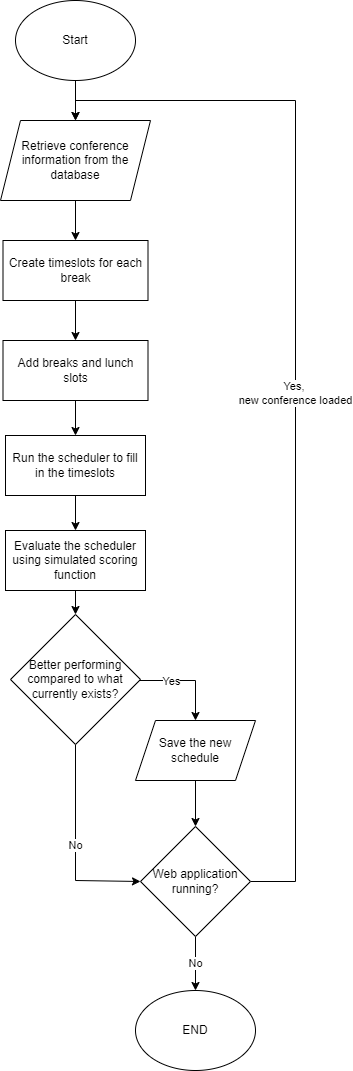
Before: ExampleConfGraphs/schedulerFlow.png, a diagram exported from draw.io (JezRoy/ConferenceWebApp). Source tidied: cells renumbered, new cells last; positions are measured from the earlier drawing's top-left corner, leaving out a move shared by most shapes. The source it was exported from:
```xml
<mxGraphModel>
  <root>
    <mxCell id="0" />
    <mxCell id="1" parent="0" />
    <mxCell id="2" style="edgeStyle=orthogonalEdgeStyle;rounded=0;jettySize=auto;html=1;" parent="1" edge="1" source="3" target="5">
      <mxGeometry relative="1" as="geometry" />
    </mxCell>
    <mxCell id="3" value="Start" style="ellipse;whiteSpace=wrap;html=1;" parent="1" vertex="1">
      <mxGeometry x="15" width="120" height="80" as="geometry" />
    </mxCell>
    <mxCell id="4" style="edgeStyle=orthogonalEdgeStyle;rounded=0;jettySize=auto;html=1;" parent="1" edge="1" source="5" target="7">
      <mxGeometry relative="1" as="geometry" />
    </mxCell>
    <mxCell id="5" value="Retrieve conference information from the database" style="shape=parallelogram;perimeter=parallelogramPerimeter;whiteSpace=wrap;html=1;fixedSize=1;" parent="1" vertex="1">
      <mxGeometry y="120" width="150" height="80" as="geometry" />
    </mxCell>
    <mxCell id="6" style="edgeStyle=orthogonalEdgeStyle;rounded=0;jettySize=auto;html=1;" parent="1" edge="1" source="7" target="9">
      <mxGeometry relative="1" as="geometry" />
    </mxCell>
    <mxCell id="7" value="Create timeslots for each break" style="rounded=0;whiteSpace=wrap;html=1;" parent="1" vertex="1">
      <mxGeometry x="2.5" y="240" width="145" height="60" as="geometry" />
    </mxCell>
    <mxCell id="8" style="edgeStyle=orthogonalEdgeStyle;rounded=0;jettySize=auto;html=1;" parent="1" edge="1" source="9" target="11">
      <mxGeometry relative="1" as="geometry" />
    </mxCell>
    <mxCell id="9" value="Add breaks and lunch slots" style="rounded=0;whiteSpace=wrap;html=1;" parent="1" vertex="1">
      <mxGeometry x="2.5" y="340" width="145" height="60" as="geometry" />
    </mxCell>
    <mxCell id="10" style="edgeStyle=orthogonalEdgeStyle;rounded=0;jettySize=auto;html=1;" parent="1" edge="1" source="11" target="13">
      <mxGeometry relative="1" as="geometry" />
    </mxCell>
    <mxCell id="11" value="Run the scheduler to fill in the timeslots" style="rounded=0;whiteSpace=wrap;html=1;" parent="1" vertex="1">
      <mxGeometry x="5" y="435" width="140" height="60" as="geometry" />
    </mxCell>
    <mxCell id="12" style="edgeStyle=orthogonalEdgeStyle;rounded=0;jettySize=auto;html=1;" parent="1" edge="1" source="13" target="17">
      <mxGeometry relative="1" as="geometry" />
    </mxCell>
    <mxCell id="13" value="Evaluate the scheduler using simulated scoring function" style="rounded=0;whiteSpace=wrap;html=1;" parent="1" vertex="1">
      <mxGeometry x="5" y="530" width="140" height="60" as="geometry" />
    </mxCell>
    <mxCell id="14" style="edgeStyle=orthogonalEdgeStyle;rounded=0;jettySize=auto;html=1;entryX=0.5;entryY=0;entryDx=0;entryDy=0;" parent="1" edge="1" source="17" target="19">
      <mxGeometry relative="1" as="geometry">
        <Array as="points">
          <mxPoint x="195" y="680" />
        </Array>
      </mxGeometry>
    </mxCell>
    <mxCell id="15" value="Yes" style="edgeLabel;html=1;align=center;verticalAlign=middle;" parent="14" vertex="1">
      <mxGeometry x="-0.35" relative="1" as="geometry" />
    </mxCell>
    <mxCell id="16" value="No" style="edgeStyle=orthogonalEdgeStyle;rounded=0;jettySize=auto;html=1;entryX=0;entryY=0.5;entryDx=0;entryDy=0;" parent="1" edge="1" source="17" target="22">
      <mxGeometry relative="1" as="geometry">
        <Array as="points">
          <mxPoint x="75" y="880" />
          <mxPoint x="140" y="880" />
        </Array>
      </mxGeometry>
    </mxCell>
    <mxCell id="17" value="Better performing compared to what currently exists?" style="rhombus;whiteSpace=wrap;html=1;" parent="1" vertex="1">
      <mxGeometry x="10" y="614" width="130" height="130" as="geometry" />
    </mxCell>
    <mxCell id="18" style="edgeStyle=orthogonalEdgeStyle;rounded=0;jettySize=auto;html=1;" parent="1" edge="1" source="19" target="22">
      <mxGeometry relative="1" as="geometry" />
    </mxCell>
    <mxCell id="19" value="Save the new schedule" style="shape=parallelogram;perimeter=parallelogramPerimeter;whiteSpace=wrap;html=1;fixedSize=1;" parent="1" vertex="1">
      <mxGeometry x="135" y="720" width="120" height="60" as="geometry" />
    </mxCell>
    <mxCell id="20" value="Yes,&amp;nbsp;&lt;div&gt;new conference loaded&lt;/div&gt;" style="edgeStyle=orthogonalEdgeStyle;rounded=0;jettySize=auto;html=1;entryX=0.5;entryY=0;entryDx=0;entryDy=0;" parent="1" edge="1" source="22" target="5">
      <mxGeometry relative="1" as="geometry">
        <Array as="points">
          <mxPoint x="295" y="881" />
          <mxPoint x="295" y="100" />
          <mxPoint x="75" y="100" />
        </Array>
      </mxGeometry>
    </mxCell>
    <mxCell id="21" value="No" style="edgeStyle=orthogonalEdgeStyle;rounded=0;jettySize=auto;html=1;" parent="1" edge="1" source="22" target="23">
      <mxGeometry relative="1" as="geometry" />
    </mxCell>
    <mxCell id="22" value="Web application running?" style="rhombus;whiteSpace=wrap;html=1;" parent="1" vertex="1">
      <mxGeometry x="140" y="826" width="110" height="110" as="geometry" />
    </mxCell>
    <mxCell id="23" value="END" style="ellipse;whiteSpace=wrap;html=1;" parent="1" vertex="1">
      <mxGeometry x="135" y="990" width="120" height="80" as="geometry" />
    </mxCell>
  </root>
</mxGraphModel>
```
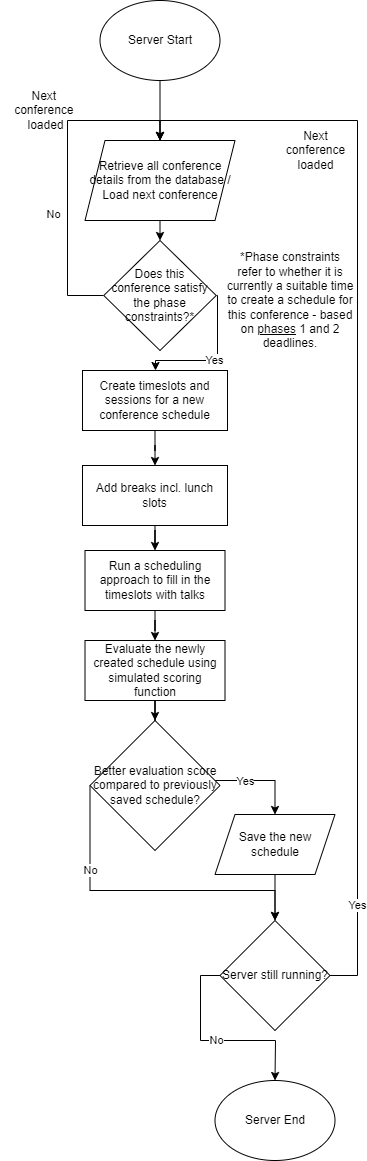
Above is the later version.

What changed in the source:
```diff
@@ -5,83 +5,124 @@
     <mxCell id="2" style="edgeStyle=orthogonalEdgeStyle;rounded=0;jettySize=auto;html=1;" parent="1" edge="1" source="3" target="5">
       <mxGeometry relative="1" as="geometry" />
     </mxCell>
-    <mxCell id="3" value="Start" style="ellipse;whiteSpace=wrap;html=1;" parent="1" vertex="1">
-      <mxGeometry x="15" width="120" height="80" as="geometry" />
+    <mxCell id="3" value="Server Start" style="ellipse;whiteSpace=wrap;html=1;" parent="1" vertex="1">
+      <mxGeometry x="17.5" y="-40" width="120" height="80" as="geometry" />
     </mxCell>
-    <mxCell id="4" style="edgeStyle=orthogonalEdgeStyle;rounded=0;jettySize=auto;html=1;" parent="1" edge="1" source="5" target="7">
-      <mxGeometry relative="1" as="geometry" />
-    </mxCell>
+    <mxCell id="24" style="edgeStyle=orthogonalEdgeStyle;rounded=0;jettySize=auto;html=1;" parent="1" edge="1" source="5" target="28">
+      <mxGeometry relative="1" as="geometry" />
+    </mxCell>
-    <mxCell id="5" value="Retrieve conference information from the database" style="shape=parallelogram;perimeter=parallelogramPerimeter;whiteSpace=wrap;html=1;fixedSize=1;" parent="1" vertex="1">
-      <mxGeometry y="120" width="150" height="80" as="geometry" />
+    <mxCell id="5" value="Retrieve all conference details from the database / Load next conference" style="shape=parallelogram;perimeter=parallelogramPerimeter;whiteSpace=wrap;html=1;fixedSize=1;" parent="1" vertex="1">
+      <mxGeometry x="2.5" y="100" width="150" height="80" as="geometry" />
     </mxCell>
     <mxCell id="6" style="edgeStyle=orthogonalEdgeStyle;rounded=0;jettySize=auto;html=1;" parent="1" edge="1" source="7" target="9">
       <mxGeometry relative="1" as="geometry" />
     </mxCell>
-    <mxCell id="7" value="Create timeslots for each break" style="rounded=0;whiteSpace=wrap;html=1;" parent="1" vertex="1">
-      <mxGeometry x="2.5" y="240" width="145" height="60" as="geometry" />
+    <mxCell id="7" value="Create timeslots and sessions for a new conference schedule" style="rounded=0;whiteSpace=wrap;html=1;" parent="1" vertex="1">
+      <mxGeometry y="330" width="145" height="60" as="geometry" />
     </mxCell>
     <mxCell id="8" style="edgeStyle=orthogonalEdgeStyle;rounded=0;jettySize=auto;html=1;" parent="1" edge="1" source="9" target="11">
       <mxGeometry relative="1" as="geometry" />
     </mxCell>
-    <mxCell id="9" value="Add breaks and lunch slots" style="rounded=0;whiteSpace=wrap;html=1;" parent="1" vertex="1">
-      <mxGeometry x="2.5" y="340" width="145" height="60" as="geometry" />
+    <mxCell id="9" value="Add breaks incl. lunch slots" style="rounded=0;whiteSpace=wrap;html=1;" parent="1" vertex="1">
+      <mxGeometry y="425" width="145" height="60" as="geometry" />
     </mxCell>
     <mxCell id="10" style="edgeStyle=orthogonalEdgeStyle;rounded=0;jettySize=auto;html=1;" parent="1" edge="1" source="11" target="13">
       <mxGeometry relative="1" as="geometry" />
     </mxCell>
-    <mxCell id="11" value="Run the scheduler to fill in the timeslots" style="rounded=0;whiteSpace=wrap;html=1;" parent="1" vertex="1">
-      <mxGeometry x="5" y="435" width="140" height="60" as="geometry" />
+    <mxCell id="11" value="Run a scheduling approach to fill in the timeslots with talks" style="rounded=0;whiteSpace=wrap;html=1;" parent="1" vertex="1">
+      <mxGeometry x="2.5" y="510" width="140" height="60" as="geometry" />
     </mxCell>
     <mxCell id="12" style="edgeStyle=orthogonalEdgeStyle;rounded=0;jettySize=auto;html=1;" parent="1" edge="1" source="13" target="17">
       <mxGeometry relative="1" as="geometry" />
     </mxCell>
-    <mxCell id="13" value="Evaluate the scheduler using simulated scoring function" style="rounded=0;whiteSpace=wrap;html=1;" parent="1" vertex="1">
-      <mxGeometry x="5" y="530" width="140" height="60" as="geometry" />
+    <mxCell id="13" value="Evaluate the newly created schedule using simulated scoring function" style="rounded=0;whiteSpace=wrap;html=1;" parent="1" vertex="1">
+      <mxGeometry x="2.5" y="600" width="140" height="60" as="geometry" />
     </mxCell>
     <mxCell id="14" style="edgeStyle=orthogonalEdgeStyle;rounded=0;jettySize=auto;html=1;entryX=0.5;entryY=0;entryDx=0;entryDy=0;" parent="1" edge="1" source="17" target="19">
       <mxGeometry relative="1" as="geometry">
         <Array as="points">
-          <mxPoint x="195" y="680" />
+          <mxPoint x="192.5" y="740" />
         </Array>
       </mxGeometry>
     </mxCell>
     <mxCell id="15" value="Yes" style="edgeLabel;html=1;align=center;verticalAlign=middle;" parent="14" vertex="1">
       <mxGeometry x="-0.35" relative="1" as="geometry" />
     </mxCell>
-    <mxCell id="16" value="No" style="edgeStyle=orthogonalEdgeStyle;rounded=0;jettySize=auto;html=1;entryX=0;entryY=0.5;entryDx=0;entryDy=0;" parent="1" edge="1" source="17" target="22">
-      <mxGeometry relative="1" as="geometry">
+    <mxCell id="16" value="No" style="edgeStyle=orthogonalEdgeStyle;rounded=0;jettySize=auto;html=1;entryX=0.5;entryY=0;entryDx=0;entryDy=0;exitX=0;exitY=0.5;exitDx=0;exitDy=0;" parent="1" edge="1" source="17" target="22">
+      <mxGeometry x="-0.47" relative="1" as="geometry">
         <Array as="points">
-          <mxPoint x="75" y="880" />
-          <mxPoint x="140" y="880" />
+          <mxPoint x="7.5" y="850" />
+          <mxPoint x="192.5" y="850" />
         </Array>
       </mxGeometry>
     </mxCell>
-    <mxCell id="17" value="Better performing compared to what currently exists?" style="rhombus;whiteSpace=wrap;html=1;" parent="1" vertex="1">
-      <mxGeometry x="10" y="614" width="130" height="130" as="geometry" />
+    <mxCell id="17" value="Better evaluation score compared to previously saved schedule?" style="rhombus;whiteSpace=wrap;html=1;" parent="1" vertex="1">
+      <mxGeometry x="7.5" y="680" width="130" height="130" as="geometry" />
     </mxCell>
     <mxCell id="18" style="edgeStyle=orthogonalEdgeStyle;rounded=0;jettySize=auto;html=1;" parent="1" edge="1" source="19" target="22">
       <mxGeometry relative="1" as="geometry" />
     </mxCell>
     <mxCell id="19" value="Save the new schedule" style="shape=parallelogram;perimeter=parallelogramPerimeter;whiteSpace=wrap;html=1;fixedSize=1;" parent="1" vertex="1">
-      <mxGeometry x="135" y="720" width="120" height="60" as="geometry" />
+      <mxGeometry x="132.5" y="774" width="120" height="60" as="geometry" />
     </mxCell>
-    <mxCell id="20" value="Yes,&amp;nbsp;&lt;div&gt;new conference loaded&lt;/div&gt;" style="edgeStyle=orthogonalEdgeStyle;rounded=0;jettySize=auto;html=1;entryX=0.5;entryY=0;entryDx=0;entryDy=0;" parent="1" edge="1" source="22" target="5">
-      <mxGeometry relative="1" as="geometry">
+    <mxCell id="20" value="Yes" style="edgeStyle=orthogonalEdgeStyle;rounded=0;jettySize=auto;html=1;entryX=0.5;entryY=0;entryDx=0;entryDy=0;exitX=1;exitY=0.5;exitDx=0;exitDy=0;" parent="1" edge="1" source="22" target="5">
+      <mxGeometry x="-0.82" relative="1" as="geometry">
         <Array as="points">
-          <mxPoint x="295" y="881" />
-          <mxPoint x="295" y="100" />
-          <mxPoint x="75" y="100" />
+          <mxPoint x="275" y="935" />
+          <mxPoint x="275" y="80" />
+          <mxPoint x="78" y="80" />
         </Array>
       </mxGeometry>
     </mxCell>
-    <mxCell id="21" value="No" style="edgeStyle=orthogonalEdgeStyle;rounded=0;jettySize=auto;html=1;" parent="1" edge="1" source="22" target="23">
-      <mxGeometry relative="1" as="geometry" />
+    <mxCell id="21" value="No" style="edgeStyle=orthogonalEdgeStyle;rounded=0;jettySize=auto;html=1;exitX=0;exitY=0.5;exitDx=0;exitDy=0;" parent="1" edge="1" source="22" target="23">
+      <mxGeometry relative="1" as="geometry">
+        <Array as="points">
+          <mxPoint x="118" y="935" />
+          <mxPoint x="118" y="1000" />
+          <mxPoint x="193" y="1000" />
+        </Array>
+      </mxGeometry>
     </mxCell>
-    <mxCell id="22" value="Web application running?" style="rhombus;whiteSpace=wrap;html=1;" parent="1" vertex="1">
-      <mxGeometry x="140" y="826" width="110" height="110" as="geometry" />
+    <mxCell id="22" value="Server still running?" style="rhombus;whiteSpace=wrap;html=1;" parent="1" vertex="1">
+      <mxGeometry x="137.5" y="880" width="110" height="110" as="geometry" />
     </mxCell>
-    <mxCell id="23" value="END" style="ellipse;whiteSpace=wrap;html=1;" parent="1" vertex="1">
-      <mxGeometry x="135" y="990" width="120" height="80" as="geometry" />
+    <mxCell id="23" value="Server End" style="ellipse;whiteSpace=wrap;html=1;" parent="1" vertex="1">
+      <mxGeometry x="132.5" y="1040" width="120" height="80" as="geometry" />
     </mxCell>
+    <mxCell id="25" style="edgeStyle=orthogonalEdgeStyle;rounded=0;jettySize=auto;html=1;entryX=0.5;entryY=0;entryDx=0;entryDy=0;exitX=0;exitY=0.5;exitDx=0;exitDy=0;" parent="1" edge="1" source="28" target="5">
+      <mxGeometry relative="1" as="geometry">
+        <Array as="points">
+          <mxPoint x="-15" y="255" />
+          <mxPoint x="-15" y="80" />
+          <mxPoint x="77" y="80" />
+        </Array>
+      </mxGeometry>
+    </mxCell>
+    <mxCell id="26" value="No" style="edgeLabel;html=1;align=center;verticalAlign=middle;" parent="25" vertex="1">
+      <mxGeometry x="-0.68" relative="1" as="geometry">
+        <mxPoint x="-15" y="-65" as="offset" />
+      </mxGeometry>
+    </mxCell>
+    <mxCell id="27" value="Yes" style="edgeStyle=orthogonalEdgeStyle;rounded=0;jettySize=auto;html=1;exitX=1;exitY=0.5;exitDx=0;exitDy=0;" parent="1" edge="1" source="28" target="7">
+      <mxGeometry relative="1" as="geometry">
+        <Array as="points">
+          <mxPoint x="135" y="255" />
+          <mxPoint x="135" y="320" />
+          <mxPoint x="73" y="320" />
+        </Array>
+      </mxGeometry>
+    </mxCell>
+    <mxCell id="28" value="Does this conference satisfy the phase constraints?*" style="rhombus;whiteSpace=wrap;html=1;" parent="1" vertex="1">
+      <mxGeometry x="21.2" y="200" width="112.5" height="110" as="geometry" />
+    </mxCell>
+    <mxCell id="29" value="*Phase constraints refer to whether it is currently a suitable time to create a schedule for this conference - based on &lt;u&gt;phases&lt;/u&gt;&amp;nbsp;1 and 2 deadlines." style="text;html=1;align=center;verticalAlign=middle;whiteSpace=wrap;rounded=0;" parent="1" vertex="1">
+      <mxGeometry x="142.5" y="230" width="130" height="60" as="geometry" />
+    </mxCell>
+    <mxCell id="30" value="Next&amp;nbsp;&lt;div&gt;conference&amp;nbsp;&lt;/div&gt;&lt;div&gt;loaded&lt;/div&gt;" style="text;html=1;align=center;verticalAlign=middle;strokeColor=none;fillColor=none;" parent="1" vertex="1">
+      <mxGeometry x="-82.5" y="40" width="90" height="60" as="geometry" />
+    </mxCell>
+    <mxCell id="31" value="Next&lt;div&gt;conference&lt;/div&gt;&lt;div&gt;loaded&lt;/div&gt;" style="text;html=1;align=center;verticalAlign=middle;strokeColor=none;fillColor=none;" parent="1" vertex="1">
+      <mxGeometry x="192.5" y="80" width="80" height="60" as="geometry" />
+    </mxCell>
   </root>
 </mxGraphModel>
```
